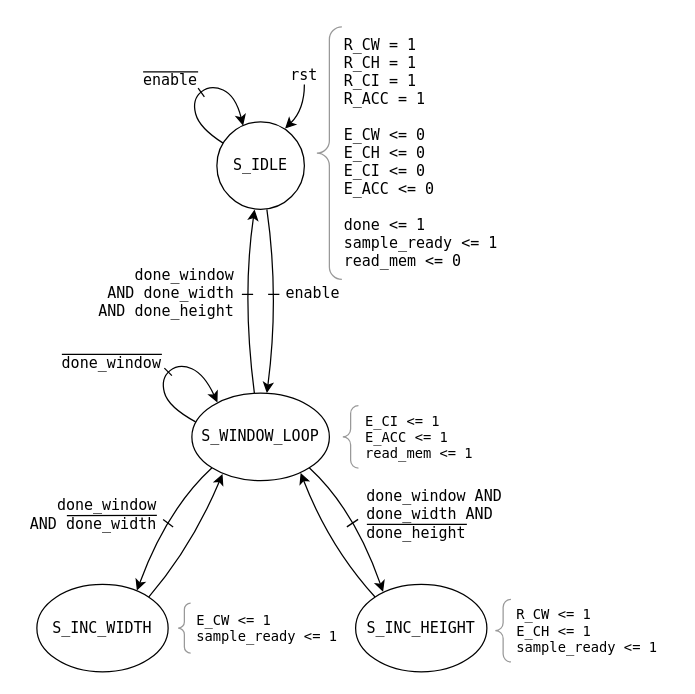
Earlier version of the draw.io diagram diagrams/fsm.drawio (nairel-git/convolution_module). Source tidied: cells renumbered, new cells numbered last; positions are measured from the earlier drawing's top-left corner, leaving out a move shared by most shapes. Both pictures are drawn from the tidied source at 125%, with x=0, y=0 at pixel (21, 21).
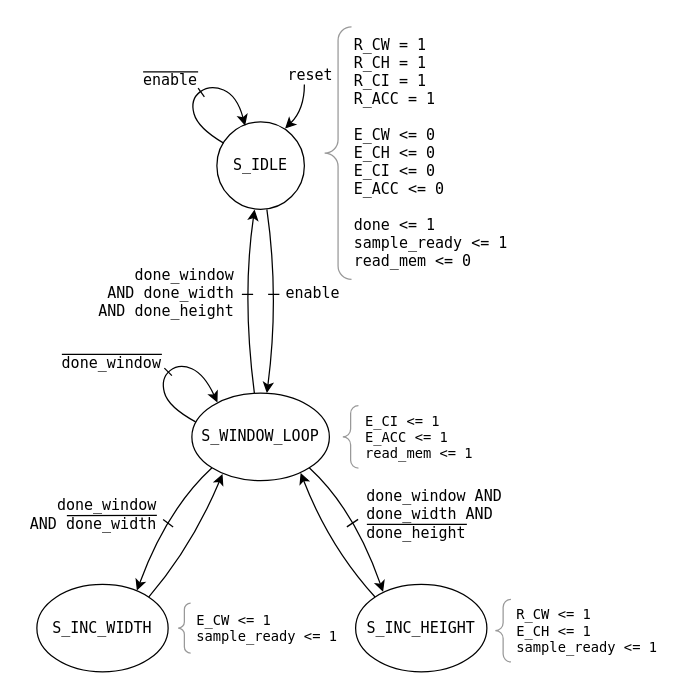
After the change.

Diff of the diagram source:
```diff
@@
     <mxCell id="2" style="group;" parent="1" vertex="1">
-      <mxGeometry x="156" y="30" width="260" height="180" as="geometry" />
+      <mxGeometry x="156" y="30" width="280" height="180" as="geometry" />
     </mxCell>
@@
     <mxCell id="4" style="group;" parent="2" vertex="1">
-      <mxGeometry x="80" width="180" height="180" as="geometry" />
+      <mxGeometry x="86.2" width="193.8" height="180" as="geometry" />
     </mxCell>
     <mxCell id="5" style="labelPosition=right;align=left;strokeWidth=1;shape=mxgraph.mockup.markup.curlyBrace;html=1;shadow=0;dashed=0;strokeColor=#999999;direction=north;" parent="4" vertex="1">
-      <mxGeometry y="-26" width="20" height="202" as="geometry" />
+      <mxGeometry y="-26" width="21.5" height="202" as="geometry" />
     </mxCell>
     <mxCell id="6" value="R_CW = 1&lt;br&gt;R_CH = 1&lt;br&gt;R_CI = 1&lt;br&gt;R_ACC = 1&lt;br&gt;&lt;br&gt;E_CW &amp;lt;= 0&lt;br&gt;E_CH &amp;lt;= 0&lt;br&gt;E_CI &amp;lt;= 0&lt;br&gt;E_ACC &amp;lt;= 0&lt;br&gt;&lt;br&gt;done &amp;lt;= 1&lt;br&gt;sample_ready &amp;lt;= 1&lt;br&gt;read_mem &amp;lt;= 0" style="text;html=1;whiteSpace=wrap;strokeColor=none;fillColor=none;align=left;verticalAlign=middle;rounded=0;fontFamily=Lucida Console;" parent="4" vertex="1">
-      <mxGeometry x="20" y="-30" width="130" height="210" as="geometry" />
+      <mxGeometry x="21.5" y="-30" width="140" height="210" as="geometry" />
     </mxCell>
     <mxCell id="7" style="curved=1;endArrow=classic;html=1;rounded=0;" parent="2" edge="1">
       <mxGeometry relative="1" as="geometry">
-        <mxPoint x="5" y="67" as="sourcePoint" />
-        <mxPoint x="21" y="53" as="targetPoint" />
+        <mxPoint x="5.4" y="67" as="sourcePoint" />
+        <mxPoint x="22.6" y="53" as="targetPoint" />
         <Array as="points">
-          <mxPoint x="-14" y="55" />
-          <mxPoint x="-20" y="32" />
-          <mxPoint x="-5" y="20" />
-          <mxPoint x="15" y="29" />
+          <mxPoint x="-15.1" y="55" />
+          <mxPoint x="-21.5" y="32" />
+          <mxPoint x="-5.4" y="20" />
+          <mxPoint x="16.2" y="29" />
         </Array>
       </mxGeometry>
     </mxCell>
-    <mxCell id="8" value="rst" style="text;html=1;whiteSpace=wrap;strokeColor=none;fillColor=none;align=center;verticalAlign=middle;rounded=0;fontFamily=Lucida Console;" parent="2" vertex="1">
-      <mxGeometry x="55" y="8" width="30" height="10" as="geometry" />
+    <mxCell id="8" value="reset" style="text;html=1;whiteSpace=wrap;strokeColor=none;fillColor=none;align=center;verticalAlign=middle;rounded=0;fontFamily=Lucida Console;" parent="2" vertex="1">
+      <mxGeometry x="59.2" y="8" width="32.3" height="10" as="geometry" />
     </mxCell>
```
